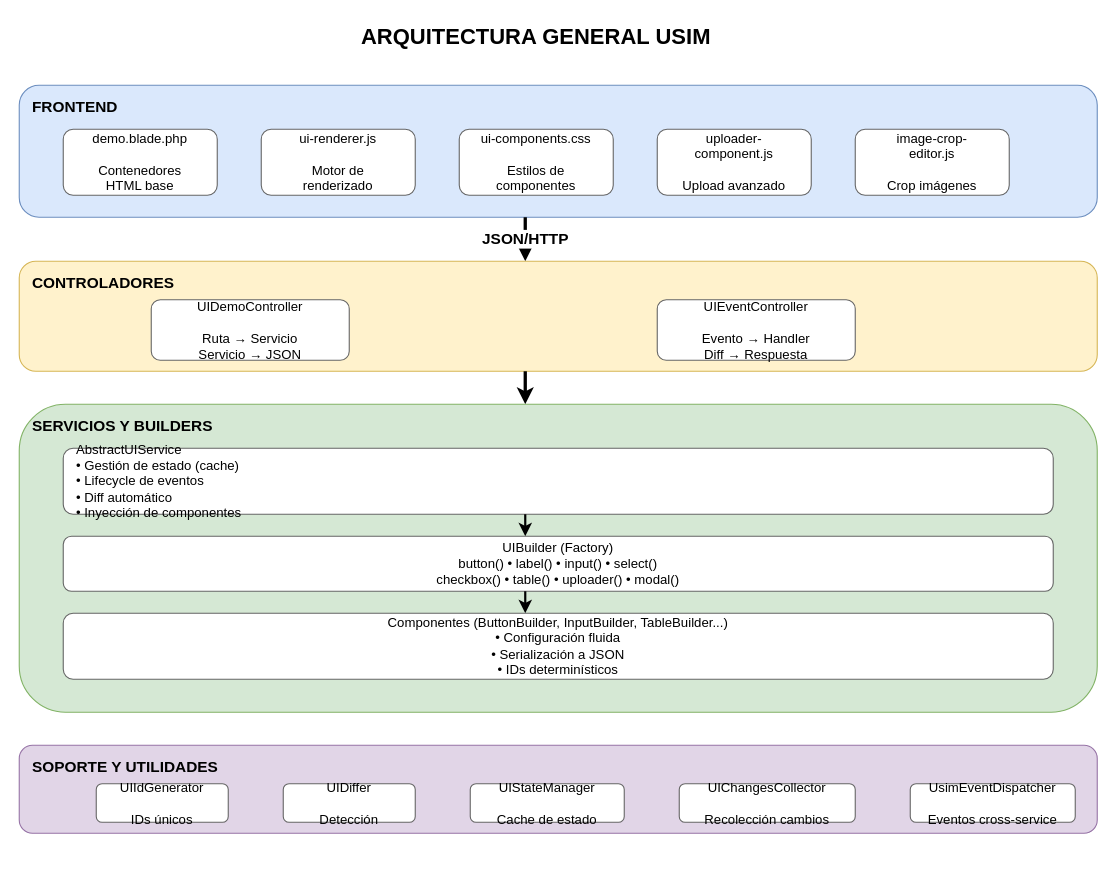
The draw.io diagram page "2. Arquitectura General" (2 of 4) of docs/framework/USIM_DIAGRAMS.drawio in eormeno-idei/microservicios-api, before the edit. Source tidied: cells renumbered, new cells numbered last; positions are measured from the earlier drawing's top-left corner, leaving out a move shared by most shapes. Both pictures are drawn from the tidied source at 110%, with x=0, y=0 at pixel (19, 19).
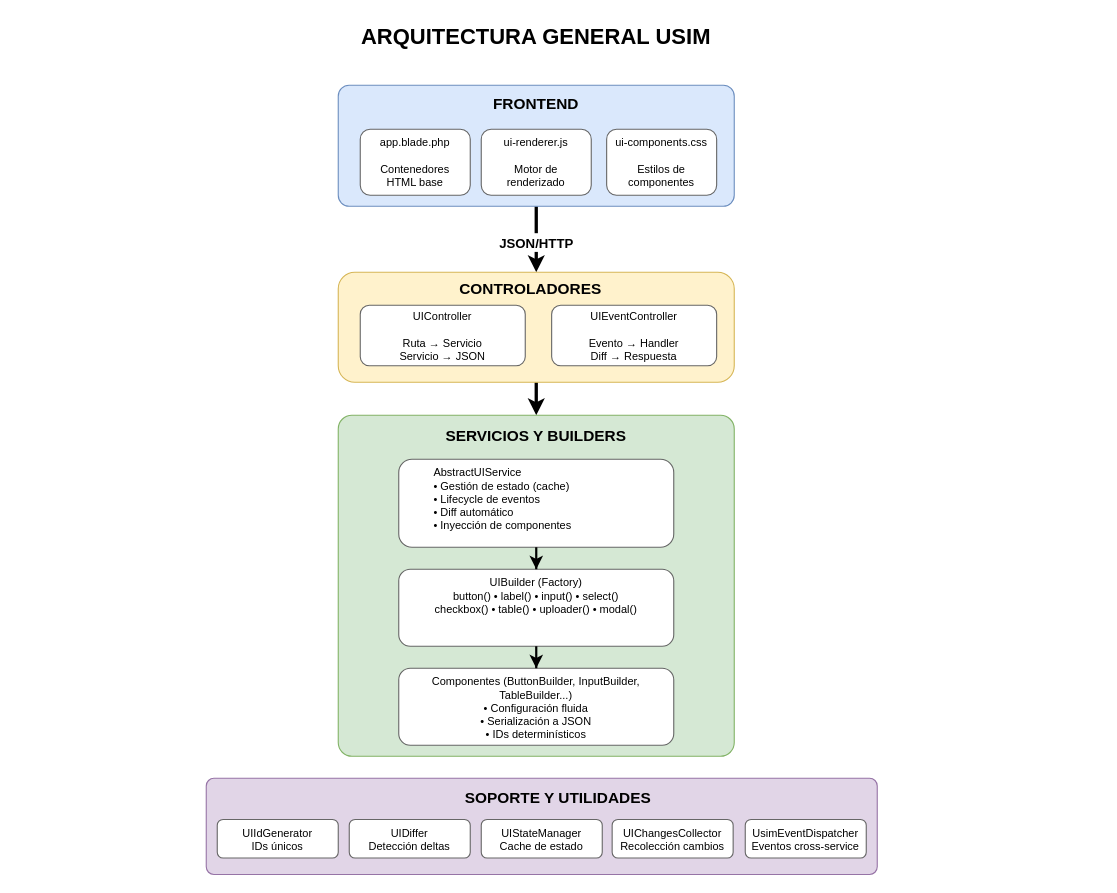
Above is the later version.

Diff of the diagram source:
```diff
@@
+    <mxCell id="10" value="&lt;font style=&quot;font-size: 12px;&quot;&gt;JSON/HTTP&lt;/font&gt;" style="edgeStyle=orthogonalEdgeStyle;rounded=0;jettySize=auto;html=1;strokeWidth=3;fontSize=14;fontStyle=1;" parent="1" edge="1" source="3" target="11">
+      <mxGeometry x="0.1" relative="1" as="geometry" />
+    </mxCell>
+    <mxCell id="15" style="edgeStyle=orthogonalEdgeStyle;rounded=0;jettySize=auto;html=1;strokeWidth=3;" parent="1" edge="1" source="11" target="16">
+      <mxGeometry relative="1" as="geometry" />
+    </mxCell>
+    <mxCell id="30" style="group;" parent="1" vertex="1">
+      <mxGeometry x="290" y="230" width="360" height="100" as="geometry" />
+    </mxCell>
+    <mxCell id="11" style="rounded=1;whiteSpace=wrap;html=1;fillColor=#fff2cc;strokeColor=#d6b656;verticalAlign=top;align=left;spacingLeft=10;spacingTop=5;" parent="30" vertex="1">
+      <mxGeometry width="360" height="100" as="geometry" />
+    </mxCell>
+    <mxCell id="12" value="CONTROLADORES" style="text;html=1;strokeColor=none;fillColor=none;align=center;verticalAlign=top;whiteSpace=wrap;rounded=0;fontSize=14;fontStyle=1;" parent="30" vertex="1">
+      <mxGeometry x="100" width="150" height="20" as="geometry" />
+    </mxCell>
+    <mxCell id="13" value="UIController&lt;br&gt;&lt;br&gt;Ruta → Servicio&lt;br&gt;Servicio → JSON" style="rounded=1;whiteSpace=wrap;html=1;fillColor=#ffffff;strokeColor=#666666;align=center;fontSize=10;spacingTop=10;spacingBottom=10;" parent="30" vertex="1">
+      <mxGeometry x="20" y="30" width="150" height="55" as="geometry" />
+    </mxCell>
+    <mxCell id="14" value="UIEventController&#10;&#10;Evento → Handler&#10;Diff → Respuesta" style="rounded=1;whiteSpace=wrap;html=1;fillColor=#ffffff;strokeColor=#666666;align=center;fontSize=10;spacingTop=10;spacingBottom=10;" parent="30" vertex="1">
+      <mxGeometry x="194" y="30" width="150" height="55" as="geometry" />
+    </mxCell>
+    <mxCell id="31" style="group;" parent="1" vertex="1">
+      <mxGeometry x="290" y="60" width="360" height="110" as="geometry" />
+    </mxCell>
-    <mxCell id="3" style="rounded=1;whiteSpace=wrap;html=1;fillColor=#dae8fc;strokeColor=#6c8ebf;verticalAlign=top;align=left;spacingLeft=10;spacingTop=5;" parent="1" vertex="1">
-      <mxGeometry y="60" width="980" height="120" as="geometry" />
+    <mxCell id="3" style="rounded=1;whiteSpace=wrap;html=1;fillColor=#dae8fc;strokeColor=#6c8ebf;verticalAlign=top;align=left;spacingLeft=10;spacingTop=5;arcSize=9;" parent="31" vertex="1">
+      <mxGeometry width="360" height="110" as="geometry" />
     </mxCell>
-    <mxCell id="4" value="FRONTEND" style="text;html=1;strokeColor=none;fillColor=none;align=left;verticalAlign=top;whiteSpace=wrap;rounded=0;fontSize=14;fontStyle=1;" parent="1" vertex="1">
-      <mxGeometry x="10" y="65" width="100" height="20" as="geometry" />
+    <mxCell id="4" value="FRONTEND" style="text;html=1;strokeColor=none;fillColor=none;align=center;verticalAlign=top;whiteSpace=wrap;rounded=0;fontSize=14;fontStyle=1;" parent="31" vertex="1">
+      <mxGeometry x="130" y="2" width="100" height="20" as="geometry" />
     </mxCell>
-    <mxCell id="5" value="demo.blade.php&#10;&#10;Contenedores&#10;HTML base" style="rounded=1;whiteSpace=wrap;html=1;fillColor=#ffffff;strokeColor=#666666;align=center;" parent="1" vertex="1">
-      <mxGeometry x="40" y="100" width="140" height="60" as="geometry" />
+    <mxCell id="5" value="app.blade.php&lt;br&gt;&lt;br&gt;Contenedores&lt;br&gt;HTML base" style="rounded=1;whiteSpace=wrap;html=1;fillColor=#ffffff;strokeColor=#666666;align=center;fontSize=10;spacingTop=0;spacingBottom=10;verticalAlign=top;" parent="31" vertex="1">
+      <mxGeometry x="20" y="40" width="100" height="60" as="geometry" />
     </mxCell>
-    <mxCell id="6" value="ui-renderer.js&#10;&#10;Motor de&#10;renderizado" style="rounded=1;whiteSpace=wrap;html=1;fillColor=#ffffff;strokeColor=#666666;align=center;" parent="1" vertex="1">
-      <mxGeometry x="220" y="100" width="140" height="60" as="geometry" />
+    <mxCell id="6" value="ui-renderer.js&#10;&#10;Motor de&#10;renderizado" style="rounded=1;whiteSpace=wrap;html=1;fillColor=#ffffff;strokeColor=#666666;align=center;fontSize=10;spacingTop=0;spacingBottom=10;verticalAlign=top;" parent="31" vertex="1">
+      <mxGeometry x="130" y="40" width="100" height="60" as="geometry" />
     </mxCell>
-    <mxCell id="7" value="ui-components.css&#10;&#10;Estilos de&#10;componentes" style="rounded=1;whiteSpace=wrap;html=1;fillColor=#ffffff;strokeColor=#666666;align=center;" parent="1" vertex="1">
-      <mxGeometry x="400" y="100" width="140" height="60" as="geometry" />
+    <mxCell id="7" value="ui-components.css&#10;&#10;Estilos de&#10;componentes" style="rounded=1;whiteSpace=wrap;html=1;fillColor=#ffffff;strokeColor=#666666;align=center;fontSize=10;spacingTop=0;spacingBottom=10;verticalAlign=top;" parent="31" vertex="1">
+      <mxGeometry x="244" y="40" width="100" height="60" as="geometry" />
     </mxCell>
-    <mxCell id="8" value="uploader-&#10;component.js&#10;&#10;Upload avanzado" style="rounded=1;whiteSpace=wrap;html=1;fillColor=#ffffff;strokeColor=#666666;align=center;" parent="1" vertex="1">
-      <mxGeometry x="580" y="100" width="140" height="60" as="geometry" />
-    </mxCell>
-    <mxCell id="9" value="image-crop-&#10;editor.js&#10;&#10;Crop imágenes" style="rounded=1;whiteSpace=wrap;html=1;fillColor=#ffffff;strokeColor=#666666;align=center;" parent="1" vertex="1">
-      <mxGeometry x="760" y="100" width="140" height="60" as="geometry" />
-    </mxCell>
-    <mxCell id="10" value="JSON/HTTP" style="edgeStyle=orthogonalEdgeStyle;rounded=0;orthogonalLoop=1;jettySize=auto;html=1;strokeWidth=3;fontSize=14;fontStyle=1;" parent="1" edge="1">
-      <mxGeometry relative="1" as="geometry">
-        <mxPoint x="460" y="180" as="sourcePoint" />
-        <mxPoint x="460" y="220" as="targetPoint" />
-        <Array as="points">
-          <mxPoint x="460" y="200" />
-          <mxPoint x="460" y="200" />
-        </Array>
-      </mxGeometry>
-    </mxCell>
-    <mxCell id="11" style="rounded=1;whiteSpace=wrap;html=1;fillColor=#fff2cc;strokeColor=#d6b656;verticalAlign=top;align=left;spacingLeft=10;spacingTop=5;" parent="1" vertex="1">
-      <mxGeometry y="220" width="980" height="100" as="geometry" />
-    </mxCell>
-    <mxCell id="12" value="CONTROLADORES" style="text;html=1;strokeColor=none;fillColor=none;align=left;verticalAlign=top;whiteSpace=wrap;rounded=0;fontSize=14;fontStyle=1;" parent="1" vertex="1">
-      <mxGeometry x="10" y="225" width="150" height="20" as="geometry" />
-    </mxCell>
-    <mxCell id="13" value="UIDemoController&#10;&#10;Ruta → Servicio&#10;Servicio → JSON" style="rounded=1;whiteSpace=wrap;html=1;fillColor=#ffffff;strokeColor=#666666;align=center;" parent="1" vertex="1">
-      <mxGeometry x="120" y="255" width="180" height="55" as="geometry" />
-    </mxCell>
-    <mxCell id="14" value="UIEventController&#10;&#10;Evento → Handler&#10;Diff → Respuesta" style="rounded=1;whiteSpace=wrap;html=1;fillColor=#ffffff;strokeColor=#666666;align=center;" parent="1" vertex="1">
-      <mxGeometry x="580" y="255" width="180" height="55" as="geometry" />
-    </mxCell>
-    <mxCell id="15" style="edgeStyle=orthogonalEdgeStyle;rounded=0;orthogonalLoop=1;jettySize=auto;html=1;strokeWidth=3;" parent="1" edge="1">
-      <mxGeometry relative="1" as="geometry">
-        <mxPoint x="460" y="320" as="sourcePoint" />
-        <mxPoint x="460" y="350" as="targetPoint" />
-      </mxGeometry>
-    </mxCell>
+    <mxCell id="32" style="group;" parent="1" vertex="1">
+      <mxGeometry x="290" y="360" width="360" height="310" as="geometry" />
+    </mxCell>
-    <mxCell id="16" style="rounded=1;whiteSpace=wrap;html=1;fillColor=#d5e8d4;strokeColor=#82b366;verticalAlign=top;align=left;spacingLeft=10;spacingTop=5;" parent="1" vertex="1">
-      <mxGeometry y="350" width="980" height="280" as="geometry" />
+    <mxCell id="16" style="rounded=1;whiteSpace=wrap;html=1;fillColor=#d5e8d4;strokeColor=#82b366;verticalAlign=top;align=left;spacingLeft=10;spacingTop=5;arcSize=4;" parent="32" vertex="1">
+      <mxGeometry width="360" height="310" as="geometry" />
     </mxCell>
-    <mxCell id="17" value="SERVICIOS Y BUILDERS" style="text;html=1;strokeColor=none;fillColor=none;align=left;verticalAlign=top;whiteSpace=wrap;rounded=0;fontSize=14;fontStyle=1;" parent="1" vertex="1">
-      <mxGeometry x="10" y="355" width="220" height="20" as="geometry" />
+    <mxCell id="17" value="SERVICIOS Y BUILDERS" style="text;html=1;strokeColor=none;fillColor=none;align=center;verticalAlign=top;whiteSpace=wrap;rounded=0;fontSize=14;fontStyle=1;" parent="32" vertex="1">
+      <mxGeometry x="70" y="4" width="220" height="20" as="geometry" />
     </mxCell>
-    <mxCell id="18" value="AbstractUIService&#10;• Gestión de estado (cache)&#10;• Lifecycle de eventos&#10;• Diff automático&#10;• Inyección de componentes" style="rounded=1;whiteSpace=wrap;html=1;fillColor=#ffffff;strokeColor=#666666;align=left;spacingLeft=10;" parent="1" vertex="1">
-      <mxGeometry x="40" y="390" width="900" height="60" as="geometry" />
+    <mxCell id="18" value="AbstractUIService&#10;• Gestión de estado (cache)&#10;• Lifecycle de eventos&#10;• Diff automático&#10;• Inyección de componentes" style="rounded=1;whiteSpace=wrap;html=1;fillColor=#ffffff;strokeColor=#666666;align=left;spacingLeft=30;fontSize=10;spacingTop=0;spacingBottom=10;verticalAlign=top;" parent="32" vertex="1">
+      <mxGeometry x="55" y="40" width="250" height="80" as="geometry" />
     </mxCell>
+    <mxCell id="20" value="UIBuilder (Factory)&#10;button() • label() • input() • select()&#10;checkbox() • table() • uploader() • modal()" style="rounded=1;whiteSpace=wrap;html=1;fillColor=#ffffff;strokeColor=#666666;align=center;fontSize=10;spacingTop=0;spacingBottom=10;verticalAlign=top;" parent="32" vertex="1">
+      <mxGeometry x="55" y="140" width="250" height="70" as="geometry" />
+    </mxCell>
+    <mxCell id="22" value="Componentes (ButtonBuilder, InputBuilder, TableBuilder...)&#10;• Configuración fluida&#10;• Serialización a JSON&#10;• IDs determinísticos" style="rounded=1;whiteSpace=wrap;html=1;fillColor=#ffffff;strokeColor=#666666;align=center;fontSize=10;spacingTop=0;spacingBottom=10;verticalAlign=top;" parent="32" vertex="1">
+      <mxGeometry x="55" y="230" width="250" height="70" as="geometry" />
+    </mxCell>
-    <mxCell id="19" style="edgeStyle=orthogonalEdgeStyle;rounded=0;orthogonalLoop=1;jettySize=auto;html=1;strokeWidth=2;" parent="1" edge="1">
-      <mxGeometry relative="1" as="geometry">
-        <mxPoint x="460" y="450" as="sourcePoint" />
-        <mxPoint x="460" y="470" as="targetPoint" />
-      </mxGeometry>
+    <mxCell id="19" style="edgeStyle=orthogonalEdgeStyle;rounded=0;jettySize=auto;html=1;strokeWidth=2;" parent="32" edge="1" source="18" target="20">
+      <mxGeometry relative="1" as="geometry" />
     </mxCell>
-    <mxCell id="20" value="UIBuilder (Factory)&#10;button() • label() • input() • select()&#10;checkbox() • table() • uploader() • modal()" style="rounded=1;whiteSpace=wrap;html=1;fillColor=#ffffff;strokeColor=#666666;align=center;" parent="1" vertex="1">
-      <mxGeometry x="40" y="470" width="900" height="50" as="geometry" />
-    </mxCell>
-    <mxCell id="21" style="edgeStyle=orthogonalEdgeStyle;rounded=0;orthogonalLoop=1;jettySize=auto;html=1;strokeWidth=2;" parent="1" edge="1">
-      <mxGeometry relative="1" as="geometry">
-        <mxPoint x="460" y="520" as="sourcePoint" />
-        <mxPoint x="460" y="540" as="targetPoint" />
-      </mxGeometry>
+    <mxCell id="21" style="edgeStyle=orthogonalEdgeStyle;rounded=0;jettySize=auto;html=1;strokeWidth=2;" parent="32" edge="1" source="20" target="22">
+      <mxGeometry relative="1" as="geometry" />
     </mxCell>
-    <mxCell id="22" value="Componentes (ButtonBuilder, InputBuilder, TableBuilder...)&#10;• Configuración fluida&#10;• Serialización a JSON&#10;• IDs determinísticos" style="rounded=1;whiteSpace=wrap;html=1;fillColor=#ffffff;strokeColor=#666666;align=center;" parent="1" vertex="1">
-      <mxGeometry x="40" y="540" width="900" height="60" as="geometry" />
-    </mxCell>
+    <mxCell id="33" style="group;" parent="1" vertex="1">
+      <mxGeometry x="170" y="690" width="610" height="87.5" as="geometry" />
+    </mxCell>
-    <mxCell id="23" style="rounded=1;whiteSpace=wrap;html=1;fillColor=#e1d5e7;strokeColor=#9673a6;verticalAlign=top;align=left;spacingLeft=10;spacingTop=5;" parent="1" vertex="1">
-      <mxGeometry y="660" width="980" height="80" as="geometry" />
+    <mxCell id="23" style="rounded=1;whiteSpace=wrap;html=1;fillColor=#e1d5e7;strokeColor=#9673a6;verticalAlign=top;align=left;spacingLeft=10;spacingTop=5;arcSize=8;" parent="33" vertex="1">
+      <mxGeometry width="610" height="87.5" as="geometry" />
     </mxCell>
-    <mxCell id="24" value="SOPORTE Y UTILIDADES" style="text;html=1;strokeColor=none;fillColor=none;align=left;verticalAlign=top;whiteSpace=wrap;rounded=0;fontSize=14;fontStyle=1;" parent="1" vertex="1">
-      <mxGeometry x="10" y="665" width="220" height="20" as="geometry" />
+    <mxCell id="24" value="SOPORTE Y UTILIDADES" style="text;html=1;strokeColor=none;fillColor=none;align=center;verticalAlign=middle;whiteSpace=wrap;rounded=0;fontSize=14;fontStyle=1;" parent="33" vertex="1">
+      <mxGeometry x="210" y="7.5" width="220" height="20" as="geometry" />
     </mxCell>
-    <mxCell id="25" value="UIIdGenerator&#10;&#10;IDs únicos" style="rounded=1;whiteSpace=wrap;html=1;fillColor=#ffffff;strokeColor=#666666;align=center;" parent="1" vertex="1">
-      <mxGeometry x="70" y="695" width="120" height="35" as="geometry" />
+    <mxCell id="25" value="UIIdGenerator&lt;br&gt;IDs únicos" style="rounded=1;whiteSpace=wrap;html=1;fillColor=#ffffff;strokeColor=#666666;align=center;verticalAlign=top;fontSize=10;" parent="33" vertex="1">
+      <mxGeometry x="10" y="37.5" width="110" height="35" as="geometry" />
     </mxCell>
-    <mxCell id="26" value="UIDiffer&#10;&#10;Detección" style="rounded=1;whiteSpace=wrap;html=1;fillColor=#ffffff;strokeColor=#666666;align=center;" parent="1" vertex="1">
-      <mxGeometry x="240" y="695" width="120" height="35" as="geometry" />
+    <mxCell id="26" value="UIDiffer&lt;br&gt;Detección deltas" style="rounded=1;whiteSpace=wrap;html=1;fillColor=#ffffff;strokeColor=#666666;align=center;verticalAlign=top;fontSize=10;" parent="33" vertex="1">
+      <mxGeometry x="130" y="37.5" width="110" height="35" as="geometry" />
     </mxCell>
-    <mxCell id="27" value="UIStateManager&#10;&#10;Cache de estado" style="rounded=1;whiteSpace=wrap;html=1;fillColor=#ffffff;strokeColor=#666666;align=center;" parent="1" vertex="1">
-      <mxGeometry x="410" y="695" width="140" height="35" as="geometry" />
+    <mxCell id="27" value="UIStateManager&lt;br&gt;Cache de estado" style="rounded=1;whiteSpace=wrap;html=1;fillColor=#ffffff;strokeColor=#666666;align=center;verticalAlign=top;fontSize=10;" parent="33" vertex="1">
+      <mxGeometry x="250" y="37.5" width="110" height="35" as="geometry" />
     </mxCell>
-    <mxCell id="28" value="UIChangesCollector&#10;&#10;Recolección cambios" style="rounded=1;whiteSpace=wrap;html=1;fillColor=#ffffff;strokeColor=#666666;align=center;" parent="1" vertex="1">
-      <mxGeometry x="600" y="695" width="160" height="35" as="geometry" />
+    <mxCell id="28" value="UIChangesCollector&lt;br&gt;Recolección cambios" style="rounded=1;whiteSpace=wrap;html=1;fillColor=#ffffff;strokeColor=#666666;align=center;verticalAlign=top;fontSize=10;" parent="33" vertex="1">
+      <mxGeometry x="369" y="37.5" width="110" height="35" as="geometry" />
     </mxCell>
-    <mxCell id="29" value="UsimEventDispatcher&#10;&#10;Eventos cross-service" style="rounded=1;whiteSpace=wrap;html=1;fillColor=#ffffff;strokeColor=#666666;align=center;" parent="1" vertex="1">
-      <mxGeometry x="810" y="695" width="150" height="35" as="geometry" />
+    <mxCell id="29" value="UsimEventDispatcher&lt;br&gt;Eventos cross-service" style="rounded=1;whiteSpace=wrap;html=1;fillColor=#ffffff;strokeColor=#666666;align=center;verticalAlign=top;fontSize=10;" parent="33" vertex="1">
+      <mxGeometry x="490" y="37.5" width="110" height="35" as="geometry" />
     </mxCell>
```
